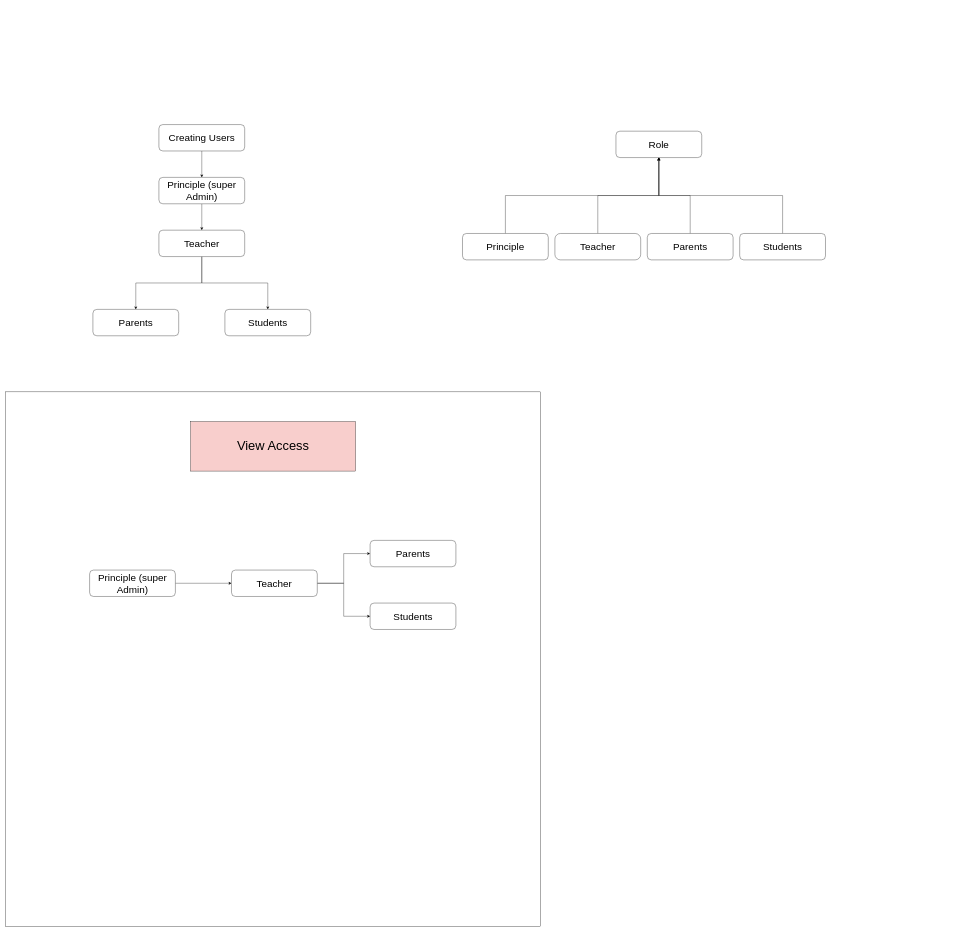
This is Untitled Diagram.drawio from 28saurbh/website-template, a draw.io file, before an edit. Source tidied: cells renumbered, new cells numbered last; positions are measured from the earlier drawing's top-left corner, leaving out a move shared by most shapes. Both pictures are drawn from the tidied source at 33%, with x=0, y=0 at pixel (6, 124).
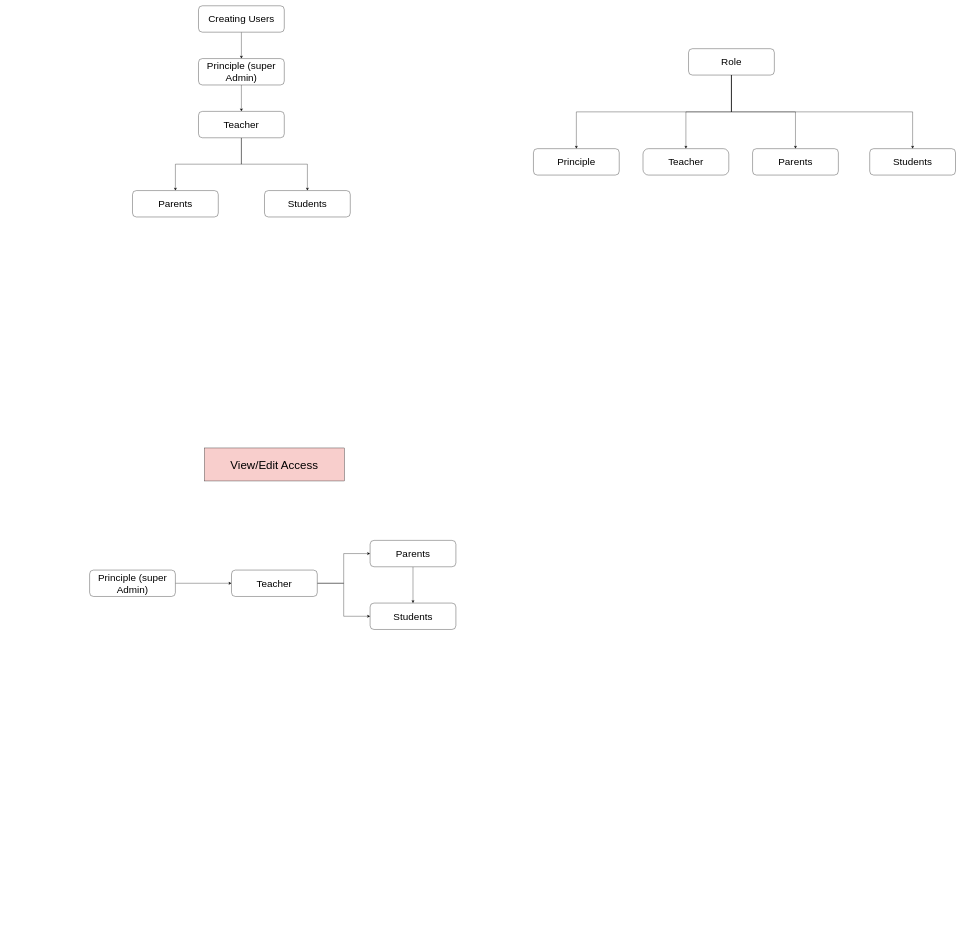
The same diagram, later.

Unchanged cells that the change refers to:
```xml
<mxCell id="26" value="&lt;span style=&quot;font-size: 30px;&quot;&gt;Parents&lt;/span&gt;" style="rounded=1;whiteSpace=wrap;html=1;" parent="1" vertex="1">
  <mxGeometry x="1104" y="1260" width="260" height="80" as="geometry" />
</mxCell>
<mxCell id="27" value="&lt;span style=&quot;font-size: 30px;&quot;&gt;Students&lt;/span&gt;" style="rounded=1;whiteSpace=wrap;html=1;" parent="1" vertex="1">
  <mxGeometry x="1104" y="1450" width="260" height="80" as="geometry" />
</mxCell>
```

Diff of the diagram source:
```diff
@@
-<mxGraphModel background="#ffffff">
+<mxGraphModel background="#FFFFFF">
@@
-    <mxCell id="2" style="whiteSpace=wrap;html=1;" parent="1" vertex="1">
-      <mxGeometry y="810" width="1620" height="1620" as="geometry" />
-    </mxCell>
+    <mxCell id="29" style="edgeStyle=orthogonalEdgeStyle;rounded=0;jettySize=auto;html=1;exitX=0.5;exitY=1;exitDx=0;exitDy=0;entryX=0.5;entryY=0;entryDx=0;entryDy=0;" parent="1" edge="1" source="3" target="5">
+      <mxGeometry relative="1" as="geometry" />
+    </mxCell>
+    <mxCell id="30" style="edgeStyle=orthogonalEdgeStyle;rounded=0;jettySize=auto;html=1;exitX=0.5;exitY=1;exitDx=0;exitDy=0;entryX=0.5;entryY=0;entryDx=0;entryDy=0;" parent="1" edge="1" source="3" target="7">
+      <mxGeometry relative="1" as="geometry" />
+    </mxCell>
+    <mxCell id="31" style="edgeStyle=orthogonalEdgeStyle;rounded=0;jettySize=auto;html=1;exitX=0.5;exitY=1;exitDx=0;exitDy=0;" parent="1" edge="1" source="3" target="9">
+      <mxGeometry relative="1" as="geometry" />
+    </mxCell>
+    <mxCell id="32" style="edgeStyle=orthogonalEdgeStyle;rounded=0;jettySize=auto;html=1;exitX=0.5;exitY=1;exitDx=0;exitDy=0;entryX=0.5;entryY=0;entryDx=0;entryDy=0;" parent="1" edge="1" source="3" target="11">
+      <mxGeometry relative="1" as="geometry" />
+    </mxCell>
     <mxCell id="3" value="&lt;font style=&quot;font-size: 30px;&quot;&gt;Role&lt;/font&gt;" style="rounded=1;whiteSpace=wrap;html=1;" parent="1" vertex="1">
-      <mxGeometry x="1849" y="20" width="260" height="80" as="geometry" />
+      <mxGeometry x="2069" y="-230" width="260" height="80" as="geometry" />
     </mxCell>
-    <mxCell id="4" style="edgeStyle=orthogonalEdgeStyle;rounded=0;jettySize=auto;html=1;exitX=0.5;exitY=0;exitDx=0;exitDy=0;entryX=0.5;entryY=1;entryDx=0;entryDy=0;" parent="1" edge="1" source="5" target="3">
-      <mxGeometry relative="1" as="geometry" />
-    </mxCell>
     <mxCell id="5" value="&lt;span style=&quot;font-size: 30px;&quot;&gt;Principle&lt;/span&gt;" style="rounded=1;whiteSpace=wrap;html=1;" parent="1" vertex="1">
-      <mxGeometry x="1384" y="330" width="260" height="80" as="geometry" />
+      <mxGeometry x="1599" y="73" width="260" height="80" as="geometry" />
     </mxCell>
-    <mxCell id="6" style="edgeStyle=orthogonalEdgeStyle;rounded=0;jettySize=auto;html=1;exitX=0.5;exitY=0;exitDx=0;exitDy=0;entryX=0.5;entryY=1;entryDx=0;entryDy=0;" parent="1" edge="1" source="7" target="3">
-      <mxGeometry relative="1" as="geometry" />
-    </mxCell>
     <mxCell id="7" value="&lt;span style=&quot;font-size: 30px;&quot;&gt;Teacher&lt;/span&gt;" style="rounded=1;whiteSpace=wrap;html=1;arcSize=21;" parent="1" vertex="1">
-      <mxGeometry x="1664" y="330" width="260" height="80" as="geometry" />
+      <mxGeometry x="1931" y="73" width="260" height="80" as="geometry" />
     </mxCell>
-    <mxCell id="8" style="edgeStyle=orthogonalEdgeStyle;rounded=0;jettySize=auto;html=1;exitX=0.5;exitY=0;exitDx=0;exitDy=0;entryX=0.5;entryY=1;entryDx=0;entryDy=0;" parent="1" edge="1" source="9" target="3">
-      <mxGeometry relative="1" as="geometry" />
-    </mxCell>
     <mxCell id="9" value="&lt;span style=&quot;font-size: 30px;&quot;&gt;Parents&lt;/span&gt;" style="rounded=1;whiteSpace=wrap;html=1;" parent="1" vertex="1">
-      <mxGeometry x="1944" y="330" width="260" height="80" as="geometry" />
+      <mxGeometry x="2263" y="73" width="260" height="80" as="geometry" />
     </mxCell>
-    <mxCell id="10" style="edgeStyle=orthogonalEdgeStyle;rounded=0;jettySize=auto;html=1;exitX=0.5;exitY=0;exitDx=0;exitDy=0;entryX=0.5;entryY=1;entryDx=0;entryDy=0;" parent="1" edge="1" source="11" target="3">
-      <mxGeometry relative="1" as="geometry" />
-    </mxCell>
     <mxCell id="11" value="&lt;span style=&quot;font-size: 30px;&quot;&gt;Students&lt;/span&gt;" style="rounded=1;whiteSpace=wrap;html=1;" parent="1" vertex="1">
-      <mxGeometry x="2224" y="330" width="260" height="80" as="geometry" />
+      <mxGeometry x="2618" y="73" width="260" height="80" as="geometry" />
     </mxCell>
@@
     <mxCell id="13" value="&lt;span style=&quot;font-size: 30px;&quot;&gt;Creating Users&lt;/span&gt;" style="rounded=1;whiteSpace=wrap;html=1;" parent="1" vertex="1">
-      <mxGeometry x="464" width="260" height="80" as="geometry" />
+      <mxGeometry x="584" y="-360" width="260" height="80" as="geometry" />
     </mxCell>
@@
     <mxCell id="15" value="&lt;span style=&quot;font-size: 30px;&quot;&gt;Principle (super Admin)&lt;/span&gt;" style="rounded=1;whiteSpace=wrap;html=1;" parent="1" vertex="1">
-      <mxGeometry x="464" y="160" width="260" height="80" as="geometry" />
+      <mxGeometry x="584" y="-200" width="260" height="80" as="geometry" />
     </mxCell>
@@
     <mxCell id="18" value="&lt;span style=&quot;font-size: 30px;&quot;&gt;Teacher&lt;/span&gt;" style="rounded=1;whiteSpace=wrap;html=1;" parent="1" vertex="1">
-      <mxGeometry x="464" y="320" width="260" height="80" as="geometry" />
+      <mxGeometry x="584" y="-40" width="260" height="80" as="geometry" />
     </mxCell>
     <mxCell id="19" value="&lt;span style=&quot;font-size: 30px;&quot;&gt;Parents&lt;/span&gt;" style="rounded=1;whiteSpace=wrap;html=1;" parent="1" vertex="1">
-      <mxGeometry x="264" y="560" width="260" height="80" as="geometry" />
+      <mxGeometry x="384" y="200" width="260" height="80" as="geometry" />
     </mxCell>
     <mxCell id="20" value="&lt;span style=&quot;font-size: 30px;&quot;&gt;Students&lt;/span&gt;" style="rounded=1;whiteSpace=wrap;html=1;" parent="1" vertex="1">
-      <mxGeometry x="664" y="560" width="260" height="80" as="geometry" />
+      <mxGeometry x="784" y="200" width="260" height="80" as="geometry" />
     </mxCell>
@@
+    <mxCell id="33" style="edgeStyle=orthogonalEdgeStyle;rounded=0;jettySize=auto;html=1;exitX=0.5;exitY=1;exitDx=0;exitDy=0;entryX=0.5;entryY=0;entryDx=0;entryDy=0;" parent="1" edge="1" source="26" target="27">
+      <mxGeometry relative="1" as="geometry" />
+    </mxCell>
@@
-    <mxCell id="28" value="&lt;font style=&quot;font-size: 39px;&quot;&gt;View Access&lt;/font&gt;" style="text;html=1;align=center;verticalAlign=middle;whiteSpace=wrap;rounded=0;strokeWidth=1;fillColor=#f8cecc;strokeColor=default;" parent="1" vertex="1">
-      <mxGeometry x="560" y="900" width="500" height="150" as="geometry" />
+    <mxCell id="28" value="&lt;font style=&quot;font-size: 35px;&quot;&gt;View/Edit Access&lt;/font&gt;" style="text;html=1;align=center;verticalAlign=middle;whiteSpace=wrap;rounded=0;strokeWidth=1;fillColor=#f8cecc;strokeColor=default;" parent="1" vertex="1">
+      <mxGeometry x="602" y="980" width="424" height="100" as="geometry" />
     </mxCell>
```
